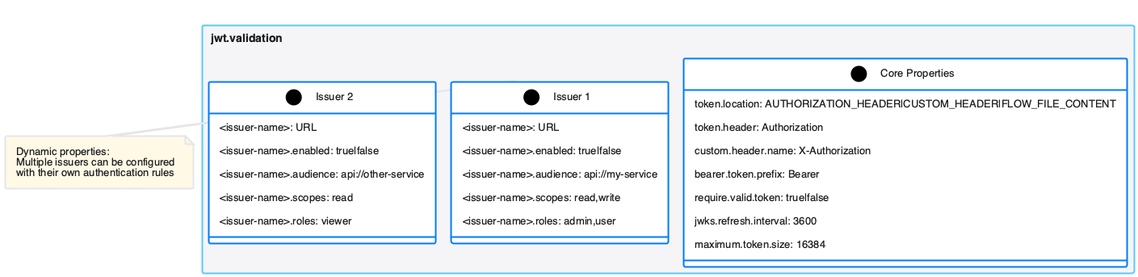
Before: doc/plantuml/configuration-properties.png, a diagram exported from PlantUML (cuioss/nifi-extensions).
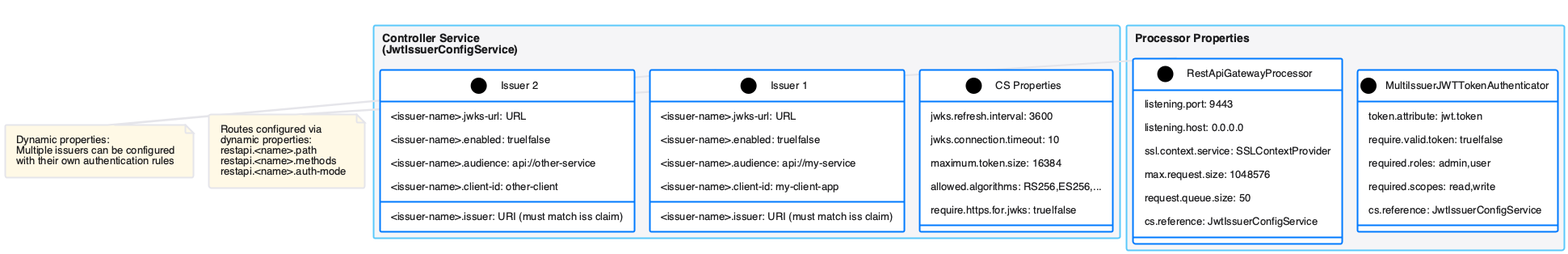
After the change.

Diff of the diagram source:
```diff
@@ -3,33 +3,50 @@
 !pragma layout smetana
 skinparam packageStyle rectangle
 
-title JWT Token Authenticator: Configuration Properties
+title JWT Configuration Properties
 
-package "jwt.validation" as jv {
-  class "Core Properties" as core {
-    token.location: AUTHORIZATION_HEADER|CUSTOM_HEADER|FLOW_FILE_CONTENT
-    token.header: Authorization
-    custom.header.name: X-Authorization
-    bearer.token.prefix: Bearer
-    require.valid.token: true|false
+package "Controller Service\n(JwtIssuerConfigService)" as cs {
+  class "CS Properties" as core {
     jwks.refresh.interval: 3600
+    jwks.connection.timeout: 10
     maximum.token.size: 16384
+    allowed.algorithms: RS256,ES256,...
+    require.https.for.jwks: true|false
   }
 
   class "Issuer 1" as issuer1 {
-    <issuer-name>: URL
+    <issuer-name>.jwks-url: URL
     <issuer-name>.enabled: true|false
+    <issuer-name>.issuer: URI (must match iss claim)
     <issuer-name>.audience: api://my-service
-    <issuer-name>.scopes: read,write
-    <issuer-name>.roles: admin,user
+    <issuer-name>.client-id: my-client-app
   }
 
   class "Issuer 2" as issuer2 {
-    <issuer-name>: URL
+    <issuer-name>.jwks-url: URL
     <issuer-name>.enabled: true|false
+    <issuer-name>.issuer: URI (must match iss claim)
     <issuer-name>.audience: api://other-service
-    <issuer-name>.scopes: read
-    <issuer-name>.roles: viewer
+    <issuer-name>.client-id: other-client
+  }
+}
+
+package "Processor Properties" as proc {
+  class "MultiIssuerJWTTokenAuthenticator" as jwt_proc {
+    token.attribute: jwt.token
+    require.valid.token: true|false
+    required.roles: admin,user
+    required.scopes: read,write
+    cs.reference: JwtIssuerConfigService
+  }
+
+  class "RestApiGatewayProcessor" as gw_proc {
+    listening.port: 9443
+    listening.host: 0.0.0.0
+    ssl.context.service: SSLContextProvider
+    max.request.size: 1048576
+    request.queue.size: 50
+    cs.reference: JwtIssuerConfigService
   }
 }
 
@@ -39,4 +56,12 @@
   with their own authentication rules
 end note
 
+note right of gw_proc
+  Routes configured via
+  dynamic properties:
+  restapi.<name>.path
+  restapi.<name>.methods
+  restapi.<name>.auth-mode
+end note
+
 @enduml
```
